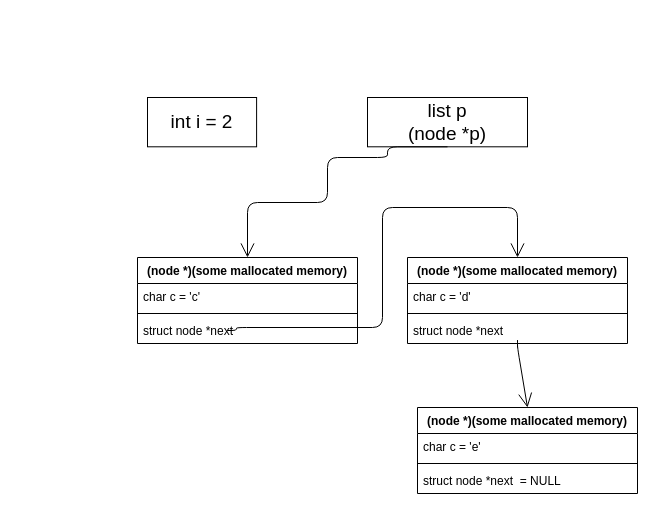
Before: Assignments/5/drawings/Q6.drawio in eternalstudy30112004/DSALab, a draw.io diagram. Source tidied: cells renumbered, new cells numbered last; positions are measured from the earlier drawing's top-left corner, leaving out a move shared by most shapes. Both pictures are drawn from the tidied source at 100%, with x=0, y=0 at pixel (137, 97).
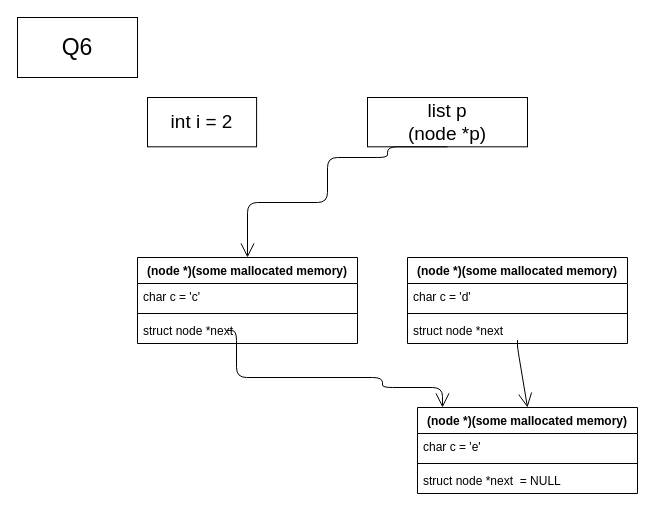
Above is the later version.

The change refers to these unchanged cells:
```xml
<mxCell id="9" value="(node *)(some mallocated memory)" style="swimlane;fontStyle=1;align=center;verticalAlign=top;horizontal=1;startSize=26;" parent="1" vertex="1">
  <mxGeometry x="270" y="160" width="220" height="86" as="geometry" />
</mxCell>
<mxCell id="15" value="(node *)(some mallocated memory)" style="swimlane;fontStyle=1;align=center;verticalAlign=top;horizontal=1;startSize=26;" parent="1" vertex="1">
  <mxGeometry x="280" y="310" width="220" height="86" as="geometry" />
</mxCell>
```

The edit, as a diff of the source:
```diff
@@
-    <mxCell id="13" style="endArrow=open;endFill=1;endSize=12;html=1;entryX=0.5;entryY=0;entryDx=0;entryDy=0;edgeStyle=orthogonalEdgeStyle;" parent="1" edge="1" target="9">
+    <mxCell id="13" style="endArrow=open;endFill=1;endSize=12;html=1;edgeStyle=orthogonalEdgeStyle;" parent="1" edge="1" target="15">
       <mxGeometry relative="1" as="geometry">
         <mxPoint x="90" y="233" as="sourcePoint" />
         <Array as="points">
-          <mxPoint x="99" y="230" />
-          <mxPoint x="245" y="230" />
-          <mxPoint x="245" y="110" />
-          <mxPoint x="380" y="110" />
+          <mxPoint x="99" y="233" />
+          <mxPoint x="99" y="280" />
+          <mxPoint x="245" y="280" />
+          <mxPoint x="245" y="290" />
+          <mxPoint x="305" y="290" />
         </Array>
       </mxGeometry>
     </mxCell>
@@
+    <mxCell id="19" value="&lt;font style=&quot;font-size: 23px;&quot;&gt;Q6&lt;/font&gt;" style="rounded=0;whiteSpace=wrap;html=1;" parent="1" vertex="1">
+      <mxGeometry x="-120" y="-80" width="120" height="60" as="geometry" />
+    </mxCell>
```
